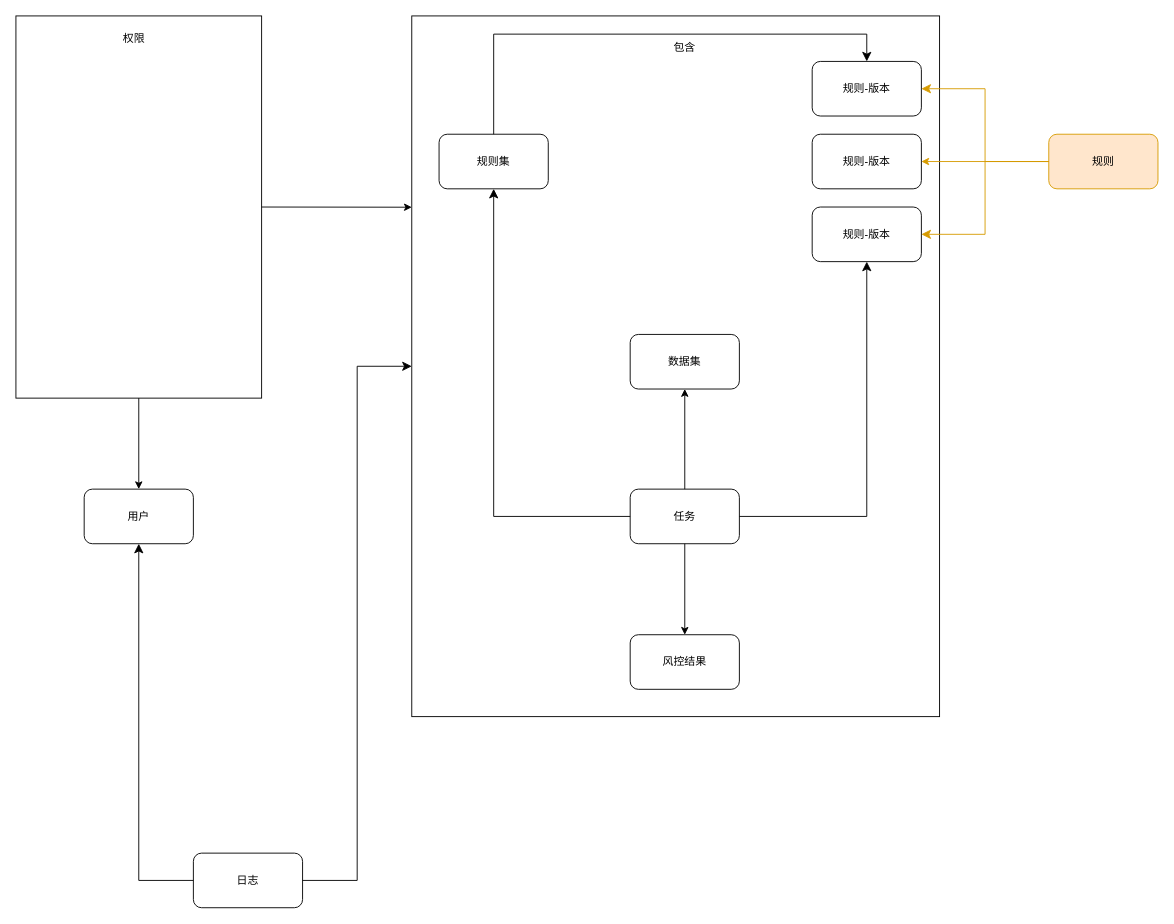
This is page "业务核心概念" (2 of 3) of 社保架构设计图.drawio from XiaoLiuAI/diagrams, a draw.io file, before an edit. Source tidied: cells renumbered, new cells numbered last; positions are measured from the earlier drawing's top-left corner, leaving out a move shared by most shapes. Both pictures are drawn from the tidied source at 91%, with x=0, y=0 at pixel (15, 15).
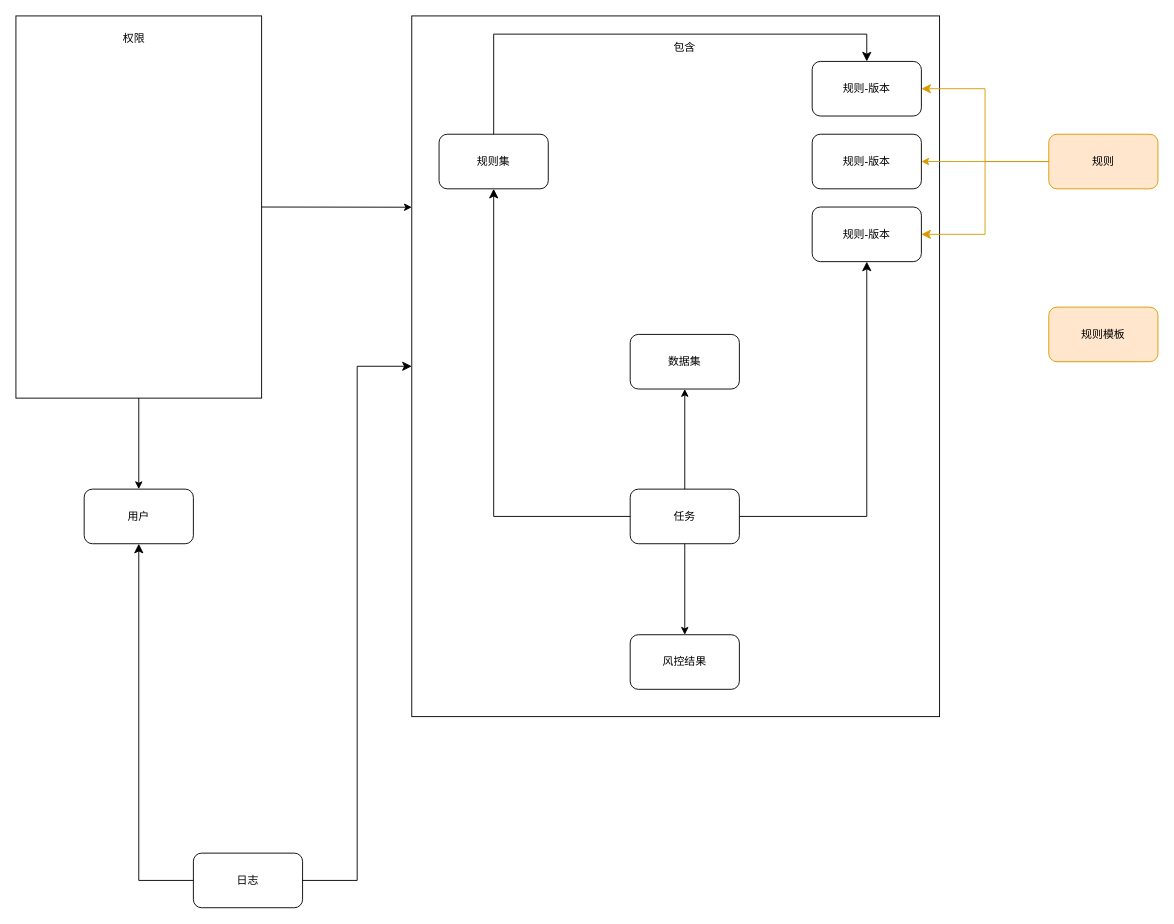
The same diagram, later.

Commit message:
更新社保架构设计图.drawio

What changed in the source:
```diff
@@
+    <mxCell id="29" value="规则模板" style="rounded=1;whiteSpace=wrap;html=1;fillColor=#ffe6cc;strokeColor=#D79B00;" parent="1" vertex="1">
+      <mxGeometry x="1135" y="320" width="120" height="60" as="geometry" />
+    </mxCell>
```
